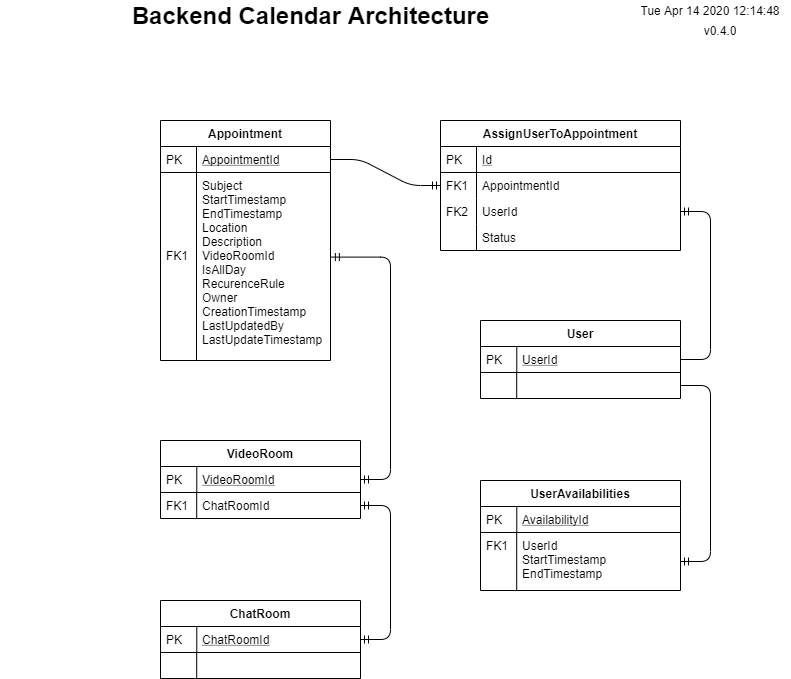
TelemedDevGroup/TelemedProtoApp keeps this draw.io diagram as documentation/architecture/Telemed Calendar solution.png. Above is the earlier version. Source tidied: cells renumbered, new cells last; positions are measured from the earlier drawing's top-left corner, leaving out a move shared by most shapes.
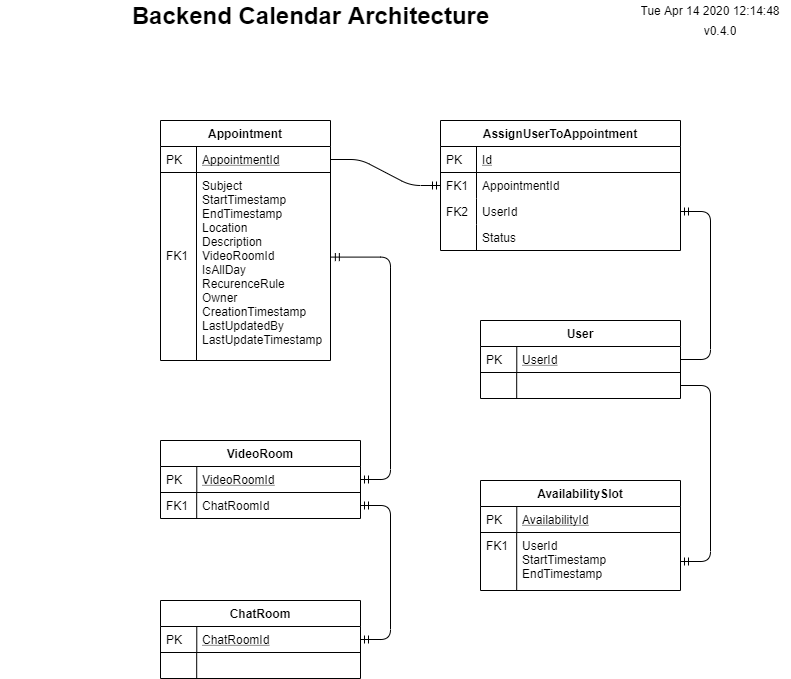
The same diagram one commit later.

What changed in the source:
```diff
@@ -114,7 +114,7 @@
     <mxCell id="37" style="edgeStyle=entityRelationEdgeStyle;fontSize=12;html=1;endArrow=ERmandOne;exitX=1;exitY=0.5;exitDx=0;exitDy=0;" parent="1" edge="1" source="20" target="15">
       <mxGeometry relative="1" as="geometry" />
     </mxCell>
-    <mxCell id="38" value="UserAvailabilities" style="swimlane;fontStyle=1;horizontal=1;startSize=26;rounded=0;shadow=0;strokeWidth=1;" parent="1" vertex="1">
+    <mxCell id="38" value="AvailabilitySlot" style="swimlane;fontStyle=1;horizontal=1;startSize=26;rounded=0;shadow=0;strokeWidth=1;" parent="1" vertex="1">
       <mxGeometry x="480" y="480" width="200" height="110" as="geometry" />
     </mxCell>
     <mxCell id="39" value="AvailabilityId" style="shape=partialRectangle;top=0;left=0;right=0;bottom=1;align=left;verticalAlign=top;fillColor=none;spacingLeft=40;spacingRight=4;overflow=hidden;rounded=0;shadow=0;strokeWidth=1;fontStyle=4;" parent="38" vertex="1">
```
